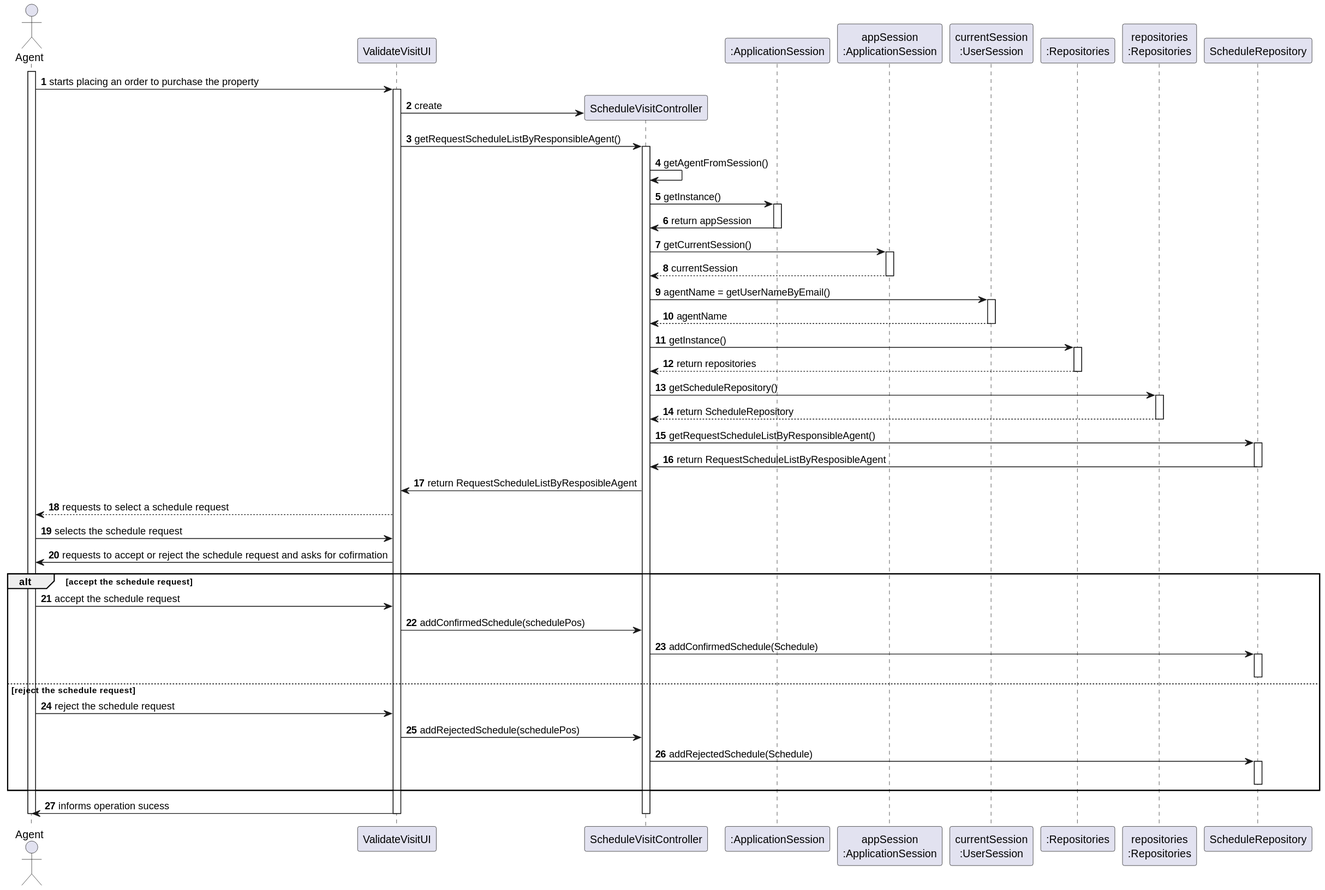
The PlantUML diagram docs/sprintD/US016/03.design/svg/SD.svg in tiagohcorreia/LAPR2, before a commit.
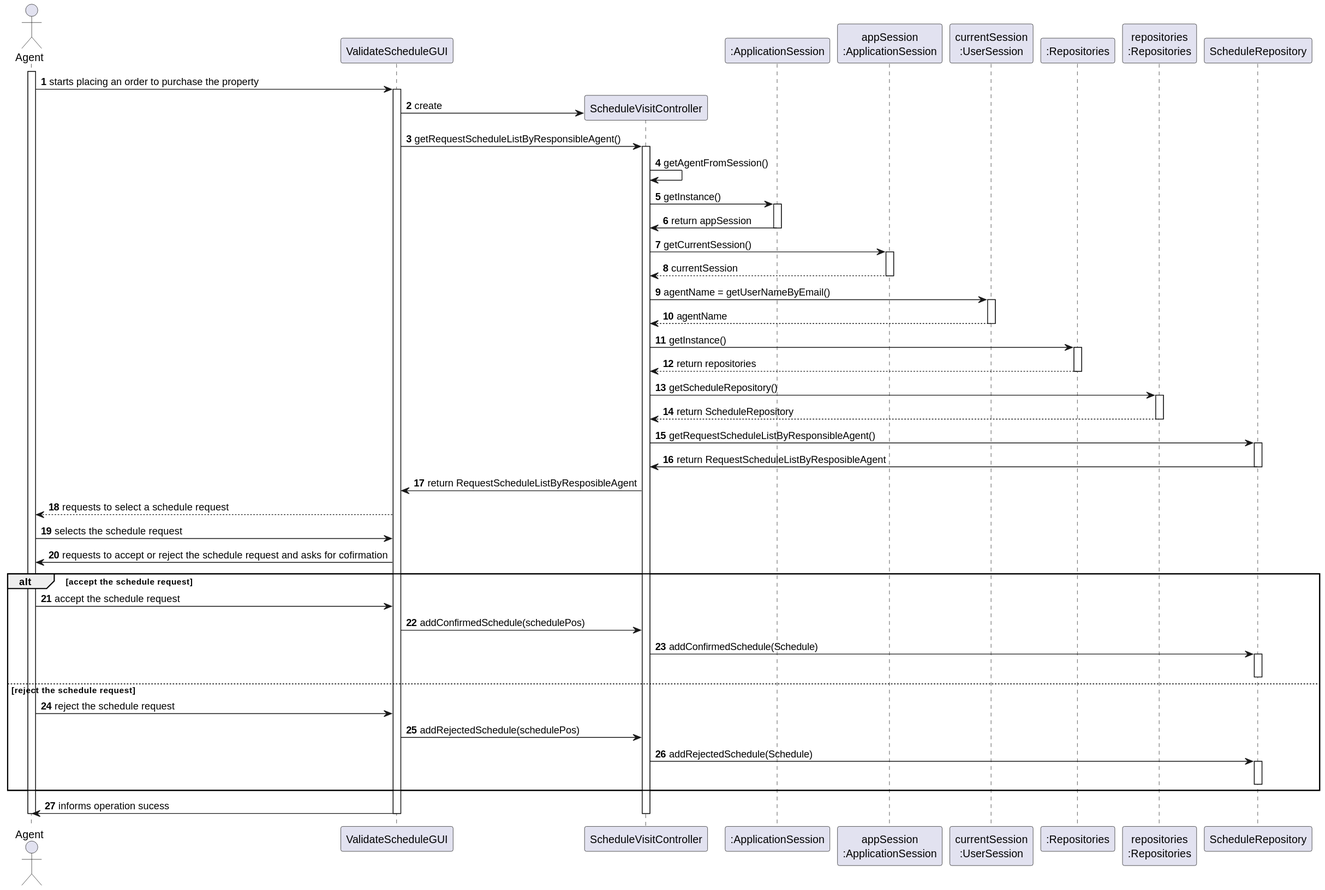
The same diagram one commit later.

The edit, as a diff of the source:
```diff
@@ -2,7 +2,7 @@
 autonumber
 
 actor Agent as agent
-participant ValidateVisitUI as ui
+participant ValidateScheduleGUI as gui
 participant ScheduleVisitController as ctr
 participant ":ApplicationSession" as _APP
 participant "appSession\n:ApplicationSession" as APP
@@ -16,13 +16,13 @@
 
 activate agent
 
-agent -> ui: starts placing an order to purchase the property
+agent -> gui: starts placing an order to purchase the property
 
-activate ui
+activate gui
 
-ui -> ctr** : create
+gui -> ctr** : create
 
-ui -> ctr: getRequestScheduleListByResponsibleAgent()
+gui -> ctr: getRequestScheduleListByResponsibleAgent()
 
 activate ctr
 ctr -> ctr: getAgentFromSession()
@@ -55,18 +55,18 @@
 ScheduleRepository -> ctr: return RequestScheduleListByResposibleAgent
 deactivate ScheduleRepository
 
-ctr -> ui: return RequestScheduleListByResposibleAgent
+ctr -> gui: return RequestScheduleListByResposibleAgent
 
-ui --> agent: requests to select a schedule request
-agent -> ui: selects the schedule request
+gui --> agent: requests to select a schedule request
+agent -> gui: selects the schedule request
 
-ui-> agent: requests to accept or reject the schedule request and asks for cofirmation
+gui-> agent: requests to accept or reject the schedule request and asks for cofirmation
 
 alt accept the schedule request
 
-    agent-> ui: accept the schedule request
+    agent-> gui: accept the schedule request
 
-    ui -> ctr: addConfirmedSchedule(schedulePos)
+    gui -> ctr: addConfirmedSchedule(schedulePos)
 
     ctr -> ScheduleRepository: addConfirmedSchedule(Schedule)
     activate ScheduleRepository
@@ -75,9 +75,9 @@
 
 else reject the schedule request
 
-    agent-> ui: reject the schedule request
+    agent-> gui: reject the schedule request
 
-    ui -> ctr: addRejectedSchedule(schedulePos)
+    gui -> ctr: addRejectedSchedule(schedulePos)
 
     ctr -> ScheduleRepository: addRejectedSchedule(Schedule)
     activate ScheduleRepository
@@ -86,11 +86,11 @@
 
 end
 
-ui-> agent: informs operation sucess
+gui-> agent: informs operation sucess
 
 
 deactivate ctr
-deactivate ui
+deactivate gui
 
 
 deactivate agent
```
